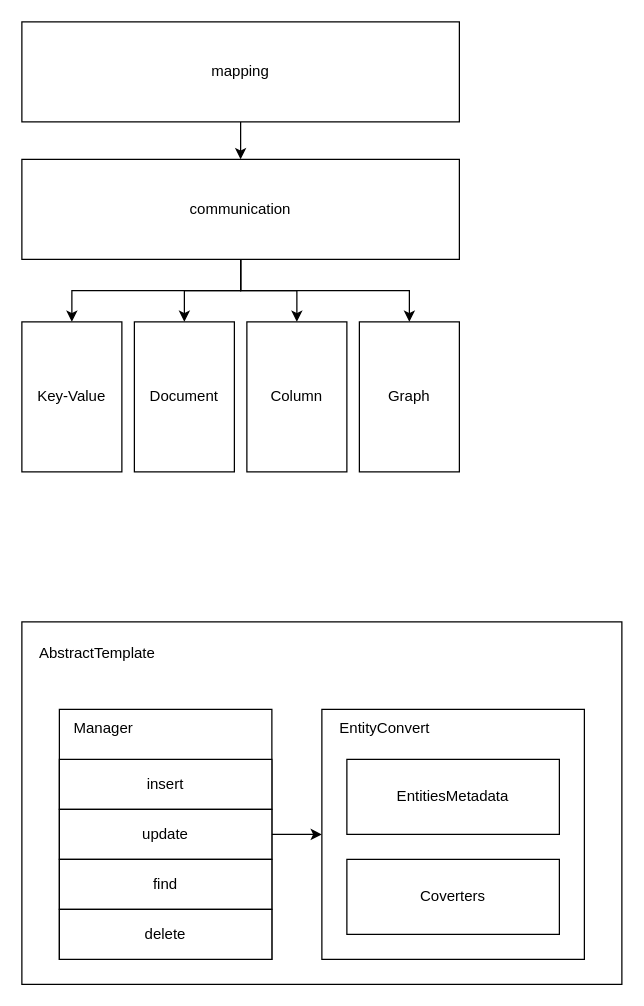
Earlier version of the draw.io diagram page "data-accessor 0.5" (2 of 3) of store.drawio (zhongchun/daily). Source tidied: cells renumbered, new cells numbered last; positions are measured from the earlier drawing's top-left corner, leaving out a move shared by most shapes. Both pictures are drawn from the tidied source at 125%, with x=0, y=0 at pixel (21, 21).
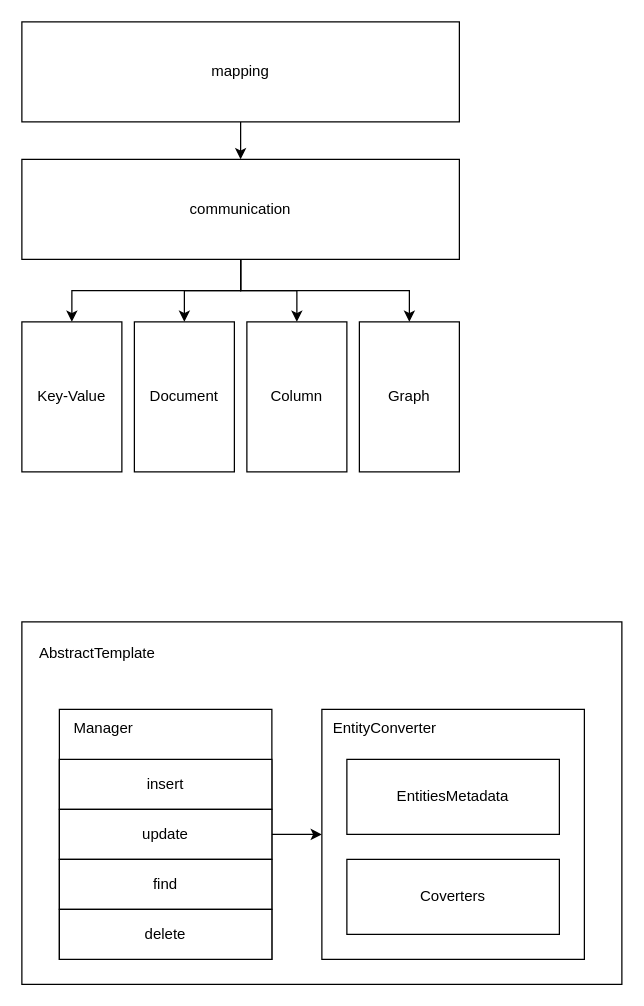
The same page after the edit.

Diff of the diagram source:
```diff
@@
-    <mxCell id="7" value="EntityConvert" style="text;html=1;align=center;verticalAlign=middle;strokeColor=none;fillColor=none;" parent="1" vertex="1">
-      <mxGeometry x="240" y="550" width="100" height="30" as="geometry" />
+    <mxCell id="7" value="EntityConverter" style="text;html=1;align=center;verticalAlign=middle;strokeColor=none;fillColor=none;" parent="1" vertex="1">
+      <mxGeometry x="235" y="550" width="110" height="30" as="geometry" />
     </mxCell>
```
